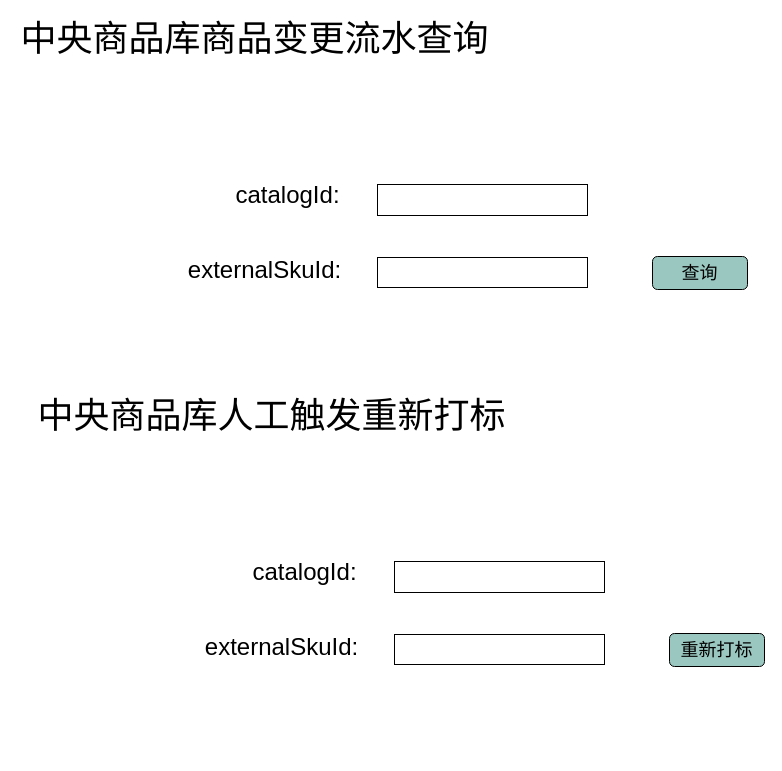
Above: gland.drawio in weizheng1990s/Diagram (draw.io), before the change. Source tidied: cells renumbered, new cells numbered last; positions are measured from the earlier drawing's top-left corner, leaving out a move shared by most shapes. Both pictures are drawn from the tidied source at 100%, with x=0, y=0 at pixel (17, 25).
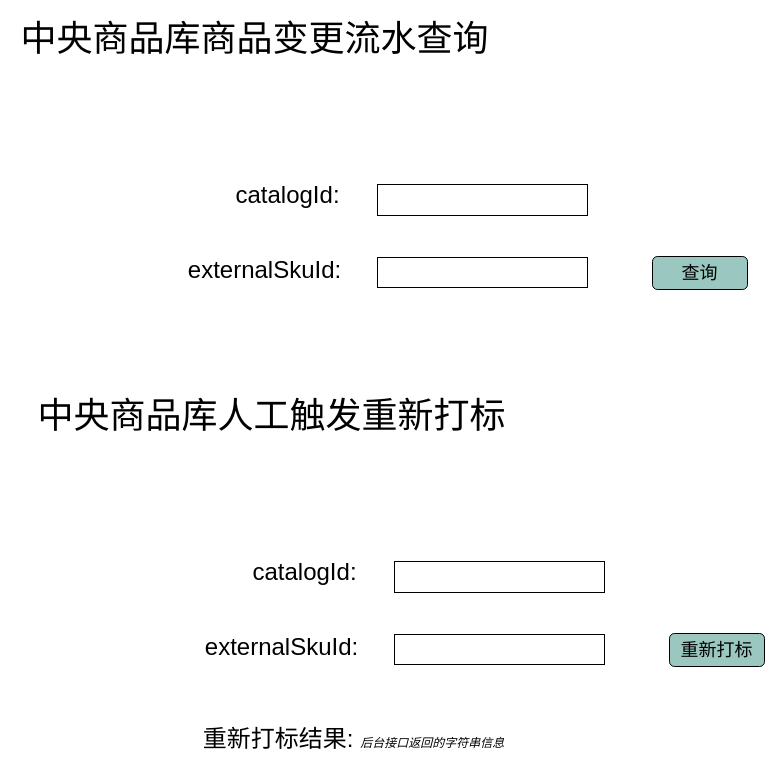
The same page after the edit.

The edit, as a diff of the source:
```diff
@@
 <mxGraphModel>
   <root>
     <mxCell id="0" />
     <mxCell id="1" parent="0" />
     <mxCell id="2" style="rounded=0;whiteSpace=wrap;html=1;" parent="1" vertex="1">
       <mxGeometry x="360" y="159" width="210" height="31" as="geometry" />
     </mxCell>
     <mxCell id="3" style="rounded=0;whiteSpace=wrap;html=1;" parent="1" vertex="1">
       <mxGeometry x="360" y="232" width="210" height="30" as="geometry" />
     </mxCell>
     <mxCell id="4" value="&lt;font style=&quot;font-size: 24px&quot;&gt;catalogId:&lt;/font&gt;" style="text;html=1;align=center;verticalAlign=middle;fillColor=none;strokeColor=none;rounded=0;" parent="1" vertex="1">
       <mxGeometry x="212" y="159" width="115" height="22" as="geometry" />
     </mxCell>
     <mxCell id="5" value="&lt;font style=&quot;font-size: 24px&quot;&gt;externalSkuId:&lt;/font&gt;" style="text;html=1;align=center;verticalAlign=middle;fillColor=none;strokeColor=none;rounded=0;" parent="1" vertex="1">
       <mxGeometry x="164" y="234" width="166" height="22" as="geometry" />
     </mxCell>
     <mxCell id="6" value="&lt;font style=&quot;font-size: 18px&quot;&gt;查询&lt;/font&gt;" style="rounded=1;whiteSpace=wrap;html=1;fillColor=#9AC7BF;" parent="1" vertex="1">
       <mxGeometry x="635" y="231" width="95" height="33" as="geometry" />
     </mxCell>
     <mxCell id="7" value="&lt;font style=&quot;font-size: 36px&quot;&gt;中央商品库商品变更流水查询&lt;/font&gt;" style="text;html=1;align=center;verticalAlign=middle;fillColor=none;strokeColor=none;rounded=0;" parent="1" vertex="1">
       <mxGeometry width="473" height="26" as="geometry" />
     </mxCell>
     <mxCell id="8" style="rounded=0;whiteSpace=wrap;html=1;" parent="1" vertex="1">
       <mxGeometry x="377" y="536" width="210" height="31" as="geometry" />
     </mxCell>
     <mxCell id="9" style="rounded=0;whiteSpace=wrap;html=1;" parent="1" vertex="1">
       <mxGeometry x="377" y="609" width="210" height="30" as="geometry" />
     </mxCell>
     <mxCell id="10" value="&lt;font style=&quot;font-size: 24px&quot;&gt;catalogId:&lt;/font&gt;" style="text;html=1;align=center;verticalAlign=middle;fillColor=none;strokeColor=none;rounded=0;" parent="1" vertex="1">
       <mxGeometry x="229" y="536" width="115" height="22" as="geometry" />
     </mxCell>
     <mxCell id="11" value="&lt;font style=&quot;font-size: 24px&quot;&gt;externalSkuId:&lt;/font&gt;" style="text;html=1;align=center;verticalAlign=middle;fillColor=none;strokeColor=none;rounded=0;" parent="1" vertex="1">
       <mxGeometry x="181" y="611" width="166" height="22" as="geometry" />
     </mxCell>
     <mxCell id="12" value="&lt;font size=&quot;4&quot;&gt;重新打标&lt;/font&gt;" style="rounded=1;whiteSpace=wrap;html=1;fillColor=#9AC7BF;" parent="1" vertex="1">
       <mxGeometry x="652" y="608" width="95" height="33" as="geometry" />
     </mxCell>
     <mxCell id="13" value="&lt;font style=&quot;font-size: 36px&quot;&gt;中央商品库人工触发重新打标&lt;/font&gt;" style="text;html=1;align=center;verticalAlign=middle;fillColor=none;strokeColor=none;rounded=0;" parent="1" vertex="1">
       <mxGeometry x="17" y="377" width="473" height="26" as="geometry" />
     </mxCell>
+    <mxCell id="14" value="&lt;div&gt;&lt;font size=&quot;5&quot;&gt;重新打标结果: &lt;/font&gt;&lt;i&gt;&lt;font style=&quot;font-size: 12px&quot;&gt;后台接口返回的字符串信息&lt;/font&gt;&lt;/i&gt;&lt;/div&gt;" style="text;html=1;align=center;verticalAlign=middle;fillColor=none;strokeColor=none;rounded=0;" parent="1" vertex="1">
+      <mxGeometry x="178" y="703" width="316" height="22" as="geometry" />
+    </mxCell>
   </root>
 </mxGraphModel>
```
